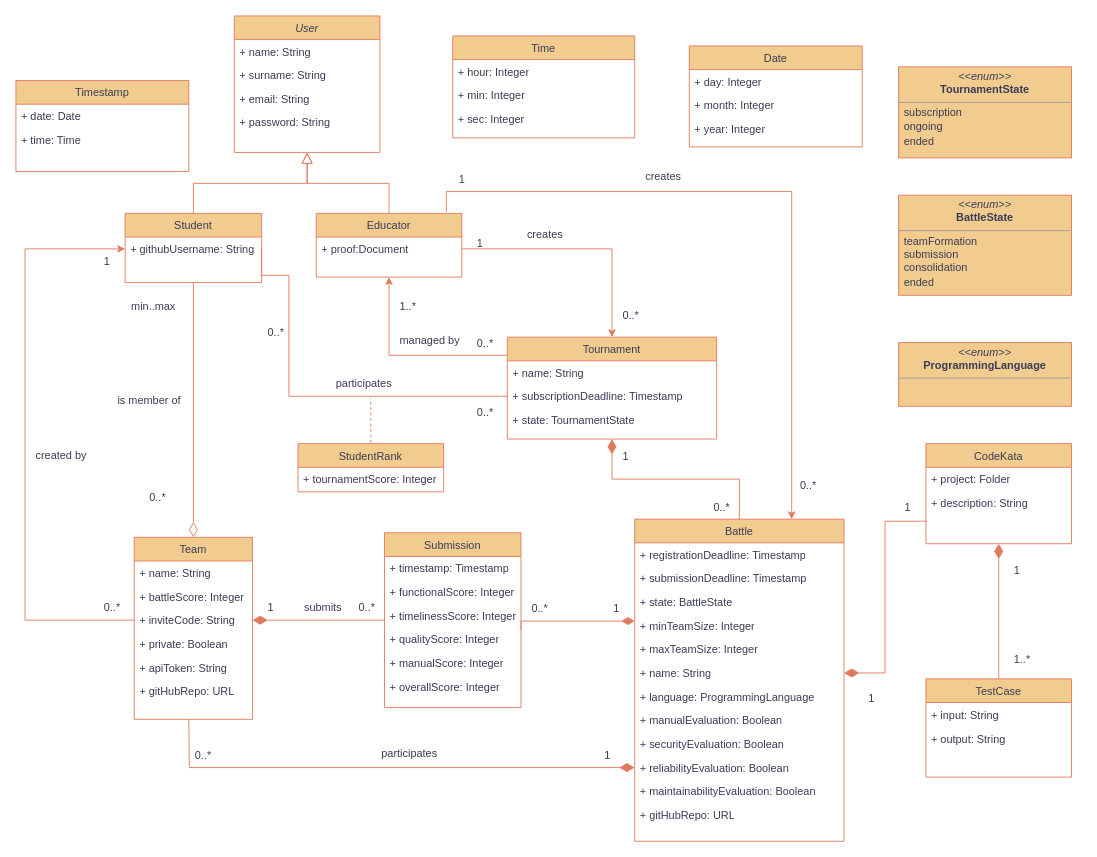
This is RASD/Diagrams/uml_v2.drawio from TommasoCapacci/SEII-2024-Capacci-Ginestroni, a draw.io file, before an edit. Source tidied: cells renumbered, new cells numbered last; positions are measured from the earlier drawing's top-left corner, leaving out a move shared by most shapes. Both pictures are drawn from the tidied source at 91%, with x=0, y=0 at pixel (15, 15).
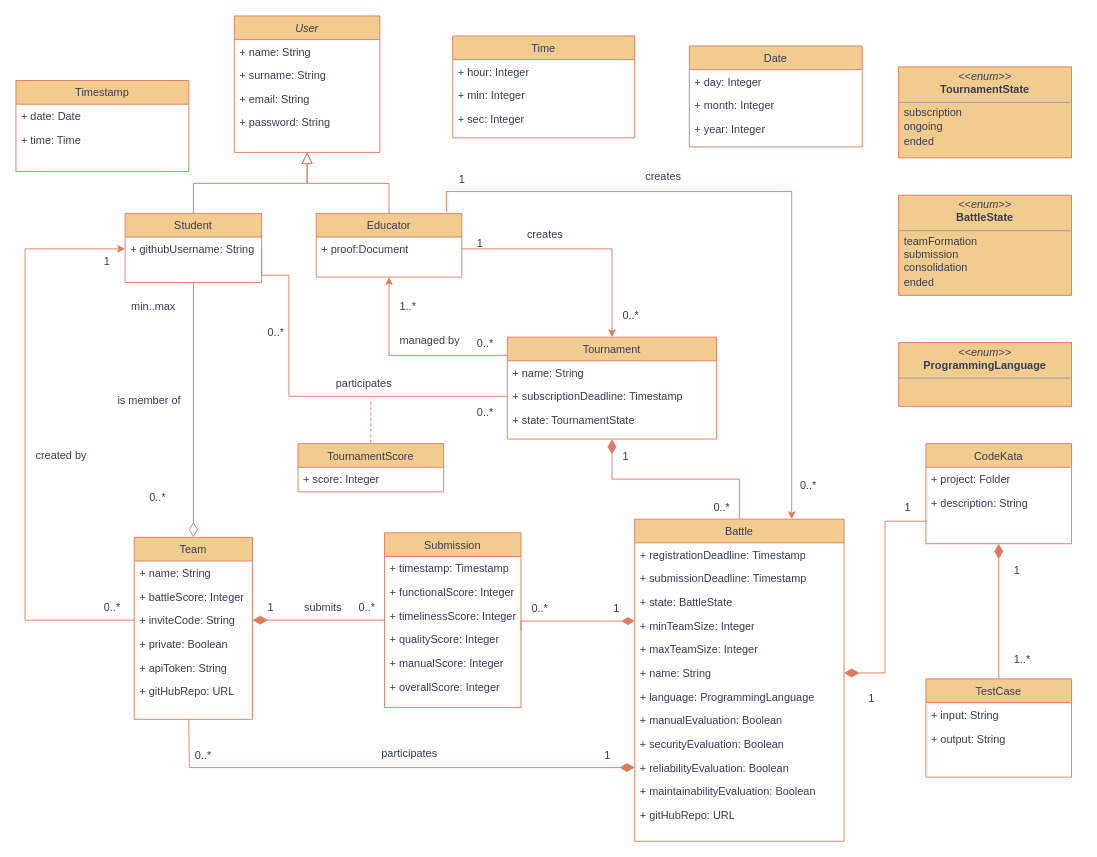
The same diagram, later.

Commit message (it also covers changes not shown here):
tournamentScore changed in uml

Diff of the diagram source:
```diff
@@
-    <mxCell id="72" value="StudentRank" style="swimlane;fontStyle=0;align=center;verticalAlign=top;horizontal=1;startSize=26;rounded=0;shadow=0;strokeWidth=1;labelBackgroundColor=none;whiteSpace=wrap;fillColor=#F2CC8F;strokeColor=#E07A5F;fontColor=#393C56;" parent="1" vertex="1">
+    <mxCell id="72" value="TournamentScore" style="swimlane;fontStyle=0;align=center;verticalAlign=top;horizontal=1;startSize=26;rounded=0;shadow=0;strokeWidth=1;labelBackgroundColor=none;whiteSpace=wrap;fillColor=#F2CC8F;strokeColor=#E07A5F;fontColor=#393C56;" parent="1" vertex="1">
       <mxGeometry x="310" y="470" width="160" height="53" as="geometry" />
     </mxCell>
-    <mxCell id="73" value="+ tournamentScore: Integer" style="text;align=left;verticalAlign=top;spacingLeft=4;spacingRight=4;overflow=hidden;labelBackgroundColor=none;rounded=0;whiteSpace=wrap;fontColor=#393C56;" parent="72" vertex="1">
+    <mxCell id="73" value="+ score: Integer" style="text;align=left;verticalAlign=top;spacingLeft=4;spacingRight=4;overflow=hidden;labelBackgroundColor=none;rounded=0;whiteSpace=wrap;fontColor=#393C56;" parent="72" vertex="1">
       <mxGeometry y="26" width="160" height="26" as="geometry" />
     </mxCell>
```
